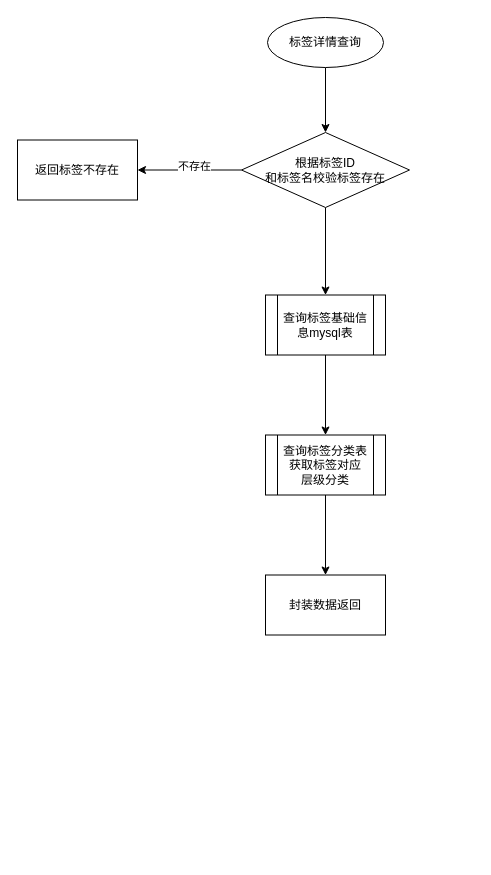
This is 标签详情查询流程图.drawio from 1418956397/JavaWeb-Project-Source-Share, a draw.io file, before an edit. Source tidied: cells renumbered, new cells numbered last; positions are measured from the earlier drawing's top-left corner, leaving out a move shared by most shapes. Both pictures are drawn from the tidied source at 100%, with x=0, y=0 at pixel (17, 17).
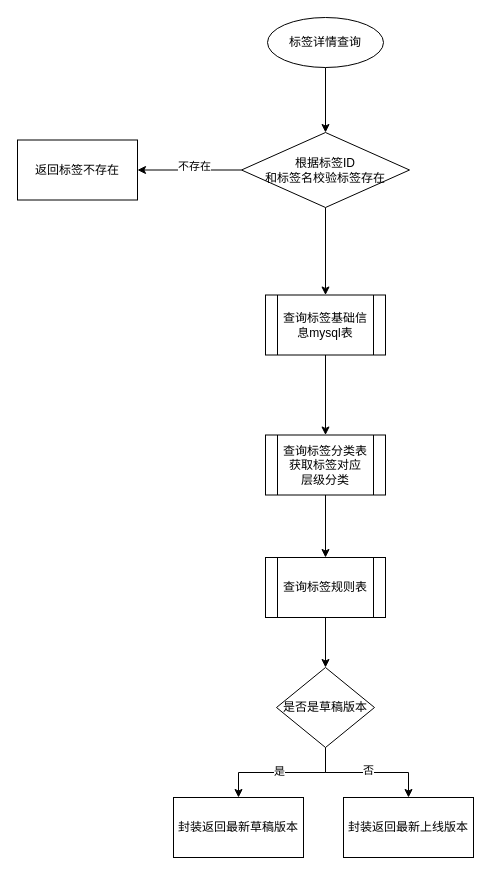
The same page after the edit.

Commit message:
更新标签详情查询流程图.drawio

Unchanged cells that the change refers to:
```xml
<mxCell id="12" value="查询标签分类表获取标签对应&lt;div&gt;层级分类&lt;/div&gt;" style="shape=process;whiteSpace=wrap;html=1;backgroundOutline=1;" parent="1" vertex="1">
  <mxGeometry x="248" y="417.5" width="120" height="60" as="geometry" />
</mxCell>
```

Diff of the diagram source:
```diff
@@
-    <mxCell id="11" style="edgeStyle=orthogonalEdgeStyle;rounded=0;jettySize=auto;html=1;" parent="1" edge="1" source="12" target="13">
-      <mxGeometry relative="1" as="geometry" />
-    </mxCell>
+    <mxCell id="14" style="edgeStyle=orthogonalEdgeStyle;rounded=0;jettySize=auto;html=1;" parent="1" edge="1" source="12" target="16">
+      <mxGeometry relative="1" as="geometry" />
+    </mxCell>
@@
-    <mxCell id="13" value="封装数据返回" style="whiteSpace=wrap;html=1;" parent="1" vertex="1">
-      <mxGeometry x="248" y="557.5" width="120" height="60" as="geometry" />
-    </mxCell>
+    <mxCell id="15" style="edgeStyle=orthogonalEdgeStyle;rounded=0;jettySize=auto;html=1;" parent="1" edge="1" source="16" target="21">
+      <mxGeometry relative="1" as="geometry" />
+    </mxCell>
+    <mxCell id="16" value="查询标签规则表" style="shape=process;whiteSpace=wrap;html=1;backgroundOutline=1;" parent="1" vertex="1">
+      <mxGeometry x="248" y="540" width="120" height="60" as="geometry" />
+    </mxCell>
+    <mxCell id="17" style="edgeStyle=orthogonalEdgeStyle;rounded=0;jettySize=auto;html=1;" parent="1" edge="1" source="21" target="22">
+      <mxGeometry relative="1" as="geometry" />
+    </mxCell>
+    <mxCell id="18" value="是" style="edgeLabel;html=1;align=center;verticalAlign=middle;" parent="17" vertex="1">
+      <mxGeometry x="0.05" y="-2" relative="1" as="geometry" />
+    </mxCell>
+    <mxCell id="19" style="edgeStyle=orthogonalEdgeStyle;rounded=0;jettySize=auto;html=1;" parent="1" edge="1" source="21" target="23">
+      <mxGeometry relative="1" as="geometry" />
+    </mxCell>
+    <mxCell id="20" value="否" style="edgeLabel;html=1;align=center;verticalAlign=middle;" parent="19" vertex="1">
+      <mxGeometry x="0.01" y="3" relative="1" as="geometry" />
+    </mxCell>
+    <mxCell id="21" value="是否是草稿版本" style="rhombus;whiteSpace=wrap;html=1;" parent="1" vertex="1">
+      <mxGeometry x="259" y="650" width="98" height="80" as="geometry" />
+    </mxCell>
+    <mxCell id="22" value="封装返回最新草稿版本" style="whiteSpace=wrap;html=1;" parent="1" vertex="1">
+      <mxGeometry x="156" y="780" width="130" height="60" as="geometry" />
+    </mxCell>
+    <mxCell id="23" value="封装返回最新上线版本" style="rounded=0;whiteSpace=wrap;html=1;" parent="1" vertex="1">
+      <mxGeometry x="326" y="780" width="130" height="60" as="geometry" />
+    </mxCell>
```
